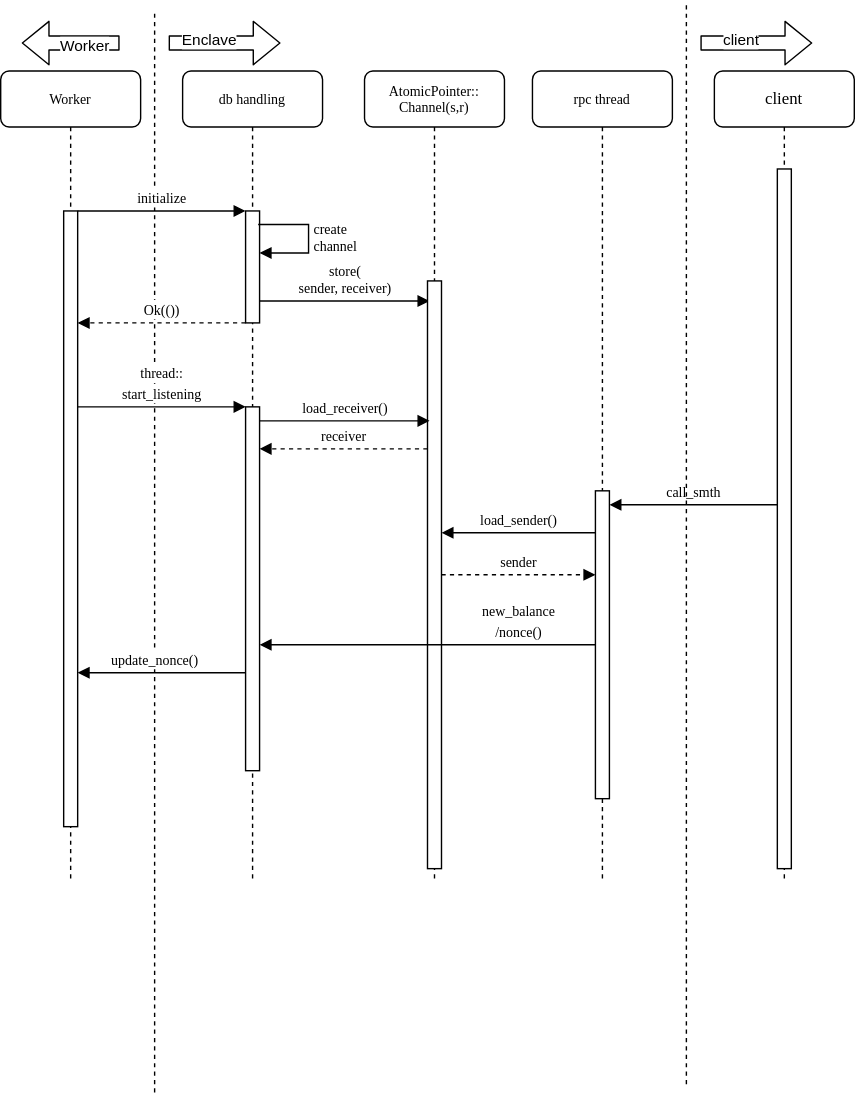
This is database_thread.svg from haerdib/substraTEE_diagramms, a draw.io export, as it was before one commit. Source tidied: cells renumbered, new cells last; positions are measured from the earlier drawing's top-left corner, leaving out a move shared by most shapes.
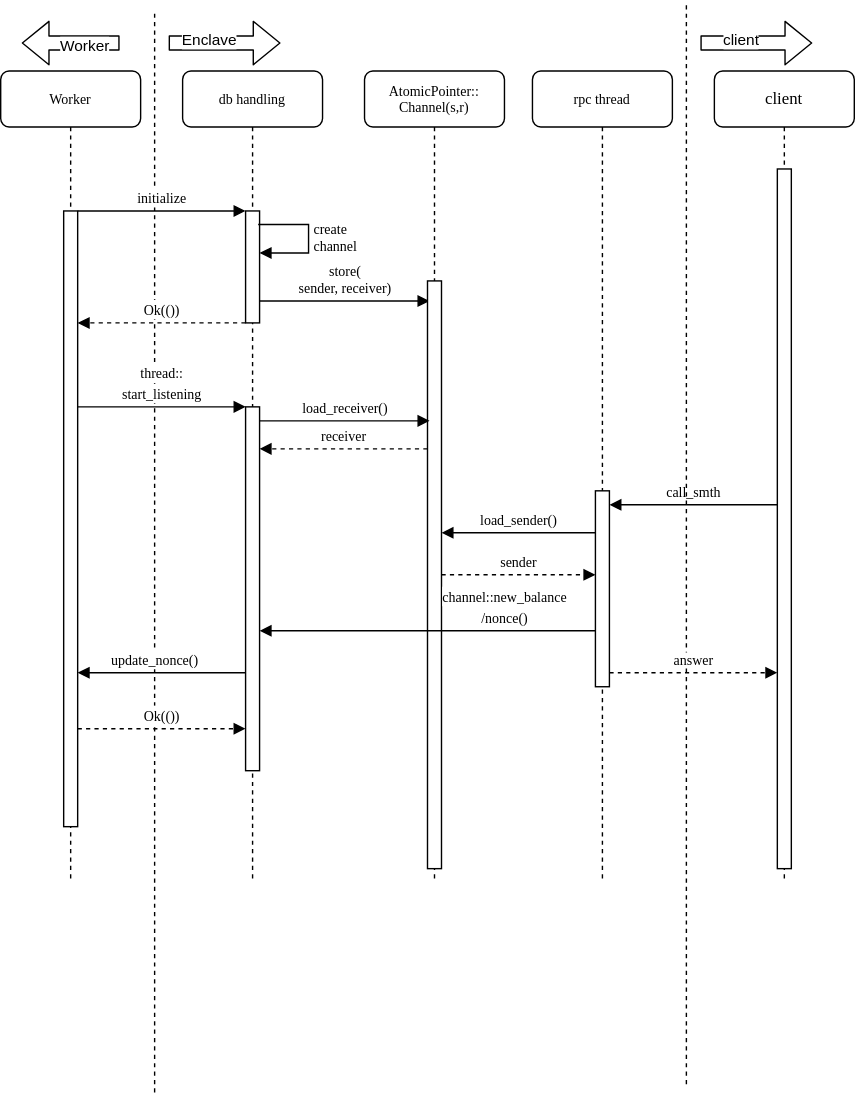
After the commit.

The edit, as a diff of the source:
```diff
@@ -65,7 +65,7 @@
       <mxGeometry x="380" y="50" width="100" height="580" as="geometry" />
     </mxCell>
     <mxCell id="15" style="html=1;points=[];perimeter=orthogonalPerimeter;rounded=0;shadow=0;comic=0;labelBackgroundColor=none;strokeWidth=1;fontFamily=Verdana;fontSize=12;align=center;" parent="14" vertex="1">
-      <mxGeometry x="45" y="300" width="10" height="220" as="geometry" />
+      <mxGeometry x="45" y="300" width="10" height="140" as="geometry" />
     </mxCell>
     <mxCell id="16" style="endArrow=none;dashed=1;html=1;" parent="1" edge="1">
       <mxGeometry relative="1" as="geometry">
@@ -139,8 +139,11 @@
     <mxCell id="30" value="&lt;font size=&quot;1&quot;&gt;sender&lt;/font&gt;" style="html=1;verticalAlign=bottom;endArrow=block;labelBackgroundColor=none;fontFamily=Verdana;fontSize=12;dashed=1;" parent="1" edge="1" source="20" target="15">
       <mxGeometry relative="1" as="geometry" />
     </mxCell>
-    <mxCell id="31" value="&lt;div&gt;&lt;font size=&quot;1&quot;&gt;new_balance&lt;/font&gt;&lt;/div&gt;&lt;div&gt;&lt;font size=&quot;1&quot;&gt;/nonce()&lt;/font&gt;&lt;/div&gt;" style="html=1;verticalAlign=bottom;endArrow=block;labelBackgroundColor=none;fontFamily=Verdana;fontSize=12;" parent="1" edge="1" source="15" target="22">
-      <mxGeometry x="-0.54" relative="1" as="geometry" />
+    <mxCell id="31" value="&lt;div&gt;&lt;span style=&quot;background-color: rgb(255 , 255 , 255)&quot;&gt;&lt;font size=&quot;1&quot;&gt;channel::new_balance&lt;/font&gt;&lt;/span&gt;&lt;/div&gt;&lt;div&gt;&lt;span style=&quot;background-color: rgb(255 , 255 , 255)&quot;&gt;&lt;font size=&quot;1&quot;&gt;/nonce()&lt;/font&gt;&lt;/span&gt;&lt;/div&gt;" style="html=1;verticalAlign=bottom;endArrow=block;labelBackgroundColor=none;fontFamily=Verdana;fontSize=12;" parent="1" edge="1">
+      <mxGeometry x="-0.46" relative="1" as="geometry">
+        <mxPoint x="425" y="450" as="sourcePoint" />
+        <mxPoint x="185" y="450" as="targetPoint" />
+      </mxGeometry>
     </mxCell>
     <mxCell id="32" value="&lt;span style=&quot;background-color: rgb(255 , 255 , 255)&quot;&gt;&lt;font style=&quot;font-size: 10px&quot;&gt;update_nonce()&lt;/font&gt;&lt;/span&gt;" style="html=1;verticalAlign=bottom;endArrow=block;labelBackgroundColor=none;fontFamily=Verdana;fontSize=12;" parent="1" edge="1">
       <mxGeometry x="0.08" relative="1" as="geometry">
@@ -148,5 +151,17 @@
         <mxPoint x="55" y="480" as="targetPoint" />
       </mxGeometry>
     </mxCell>
+    <mxCell id="33" value="&lt;span style=&quot;background-color: rgb(255 , 255 , 255)&quot;&gt;&lt;font style=&quot;font-size: 10px&quot;&gt;Ok(())&lt;/font&gt;&lt;/span&gt;" style="html=1;verticalAlign=bottom;endArrow=block;labelBackgroundColor=none;fontFamily=Verdana;fontSize=12;dashed=1;" parent="1" edge="1">
+      <mxGeometry relative="1" as="geometry">
+        <mxPoint x="55" y="520" as="sourcePoint" />
+        <mxPoint x="175" y="520" as="targetPoint" />
+      </mxGeometry>
+    </mxCell>
+    <mxCell id="34" value="&lt;font size=&quot;1&quot;&gt;&lt;span style=&quot;background-color: rgb(255 , 255 , 255)&quot;&gt;answer&lt;/span&gt;&lt;/font&gt;" style="html=1;verticalAlign=bottom;endArrow=block;labelBackgroundColor=none;fontFamily=Verdana;fontSize=12;dashed=1;" parent="1" edge="1">
+      <mxGeometry relative="1" as="geometry">
+        <mxPoint x="435" y="480" as="sourcePoint" />
+        <mxPoint x="555" y="480" as="targetPoint" />
+      </mxGeometry>
+    </mxCell>
   </root>
 </mxGraphModel>
```
